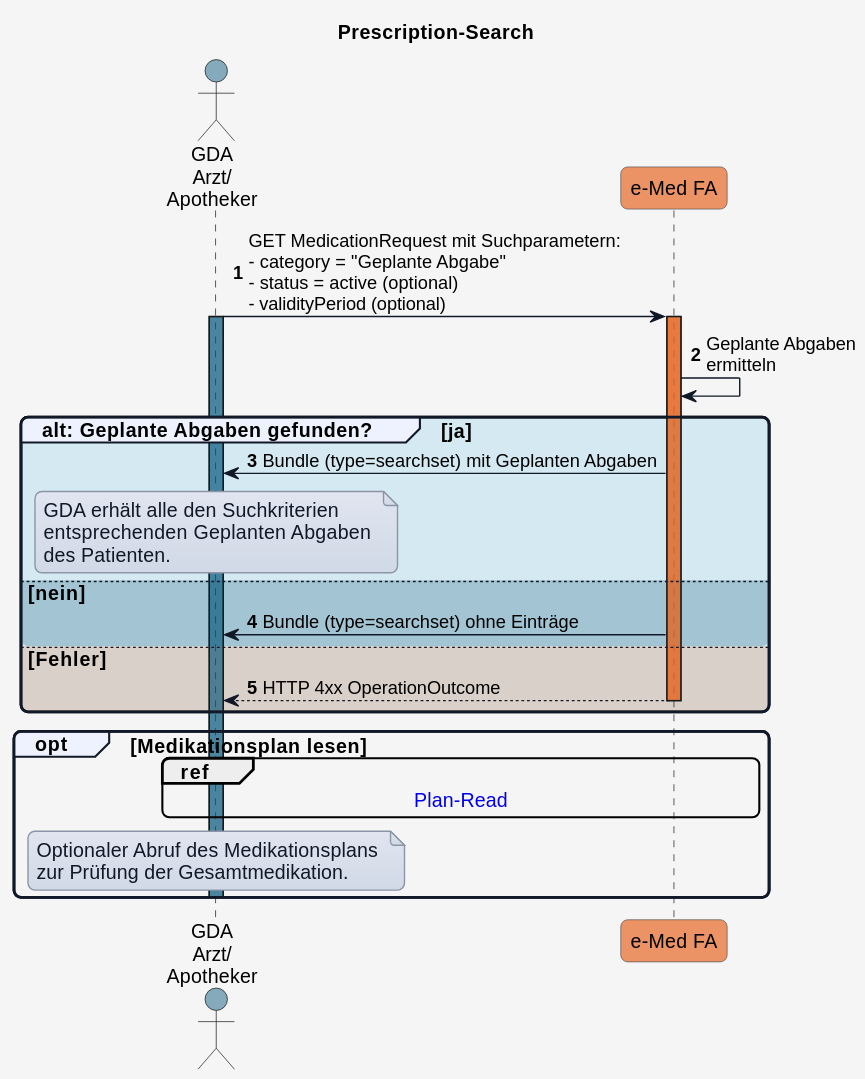
The PlantUML diagram input/images/plantuml/UC_eMed_07_01.svg in HL7Austria/ELGA-e-Medikation-R4, before a commit.
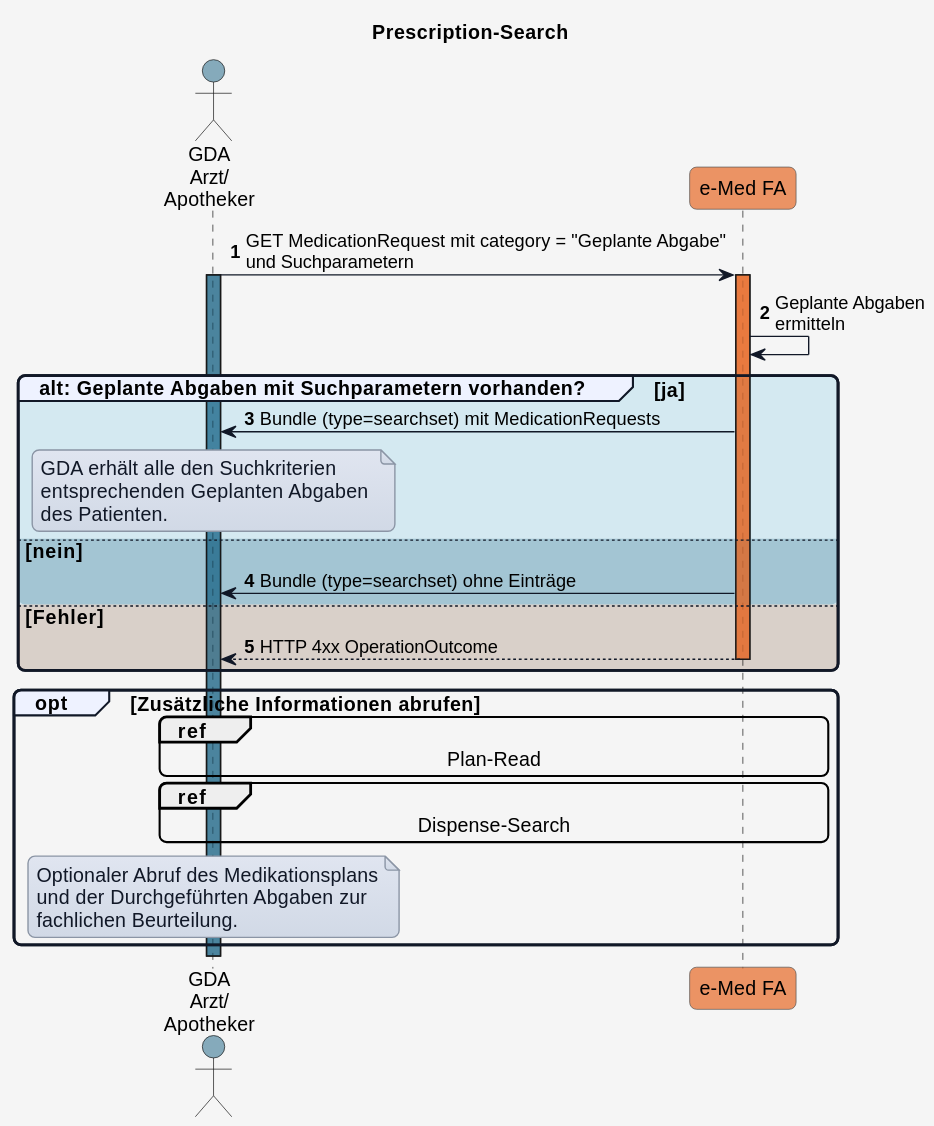
After the change.

Change to the diagram source:
```diff
@@ -54,14 +54,14 @@
 
 autonumber
 
-GDA_1 -> eMed_FA: GET MedicationRequest mit Suchparametern:\n- category = "Geplante Abgabe"\n- status = active (optional)\n- validityPeriod (optional)
+GDA_1 -> eMed_FA: GET MedicationRequest mit category = "Geplante Abgabe"\nund Suchparametern
 activate GDA_1 COLOR_GDA_1
 activate eMed_FA COLOR_EMED_FA
 
 eMed_FA -> eMed_FA: Geplante Abgaben\nermitteln
 
-group COLOR_OK alt: Geplante Abgaben gefunden? [ja]
-  eMed_FA -> GDA_1: Bundle (type=searchset) mit Geplanten Abgaben
+group COLOR_OK alt: Geplante Abgaben mit Suchparametern vorhanden? [ja]
+  eMed_FA -> GDA_1: Bundle (type=searchset) mit MedicationRequests
 
   note over GDA_1
   GDA erhält alle den Suchkriterien
@@ -79,13 +79,21 @@
 end
 
 
-opt Medikationsplan lesen
+opt Zusätzliche Informationen abrufen
 
-  ref over GDA_1, eMed_FA : [[interactions.html#sequenzdiagramm-plan-read Plan-Read]]
-  note over GDA_1
-  Optionaler Abruf des Medikationsplans
-  zur Prüfung der Gesamtmedikation.
-  end note
-  deactivate GDA_1
+    ref over GDA_1,eMed_FA
+    Plan-Read
+    end ref
+
+    ref over GDA_1,eMed_FA
+    Dispense-Search
+    end ref
+
+    note over GDA_1
+    Optionaler Abruf des Medikationsplans
+    und der Durchgeführten Abgaben zur
+    fachlichen Beurteilung.
+    end note
+
 end
 @enduml
```
